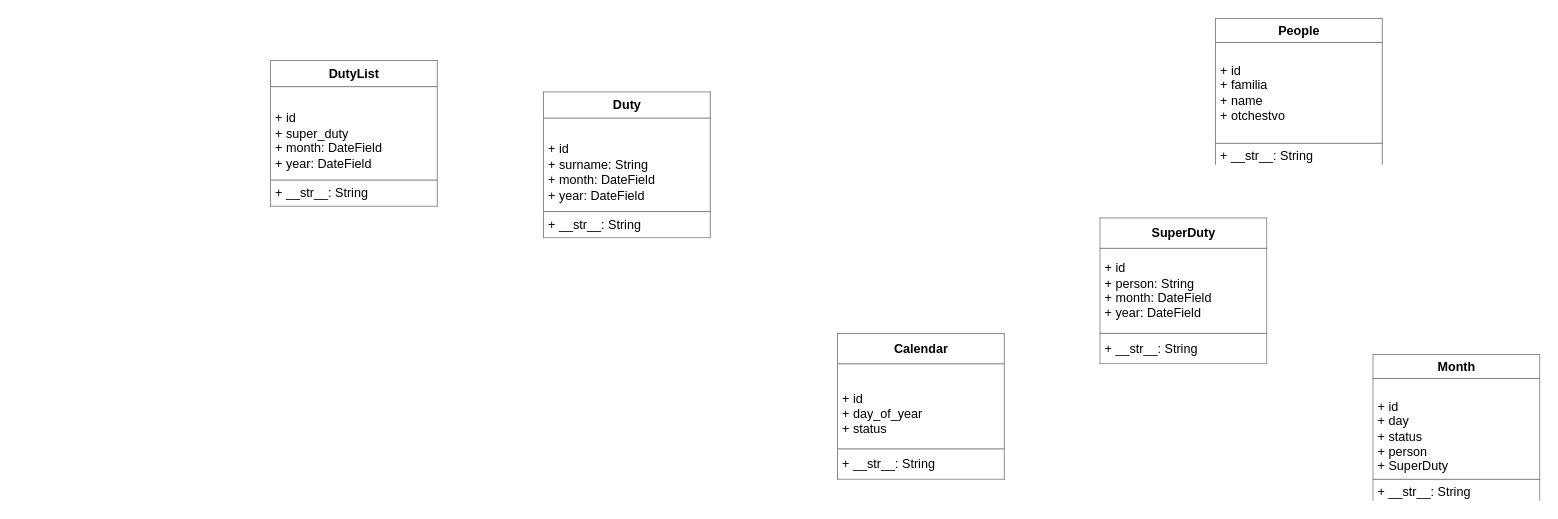
The draw.io diagram raspisanie/raspisanie.drawio in ts-py-rk/raspisanie, before the edit. Source tidied: cells renumbered, new cells numbered last; positions are measured from the earlier drawing's top-left corner, leaving out a move shared by most shapes. Both pictures are drawn from the tidied source at 105%, with x=0, y=0 at pixel (270, 18).
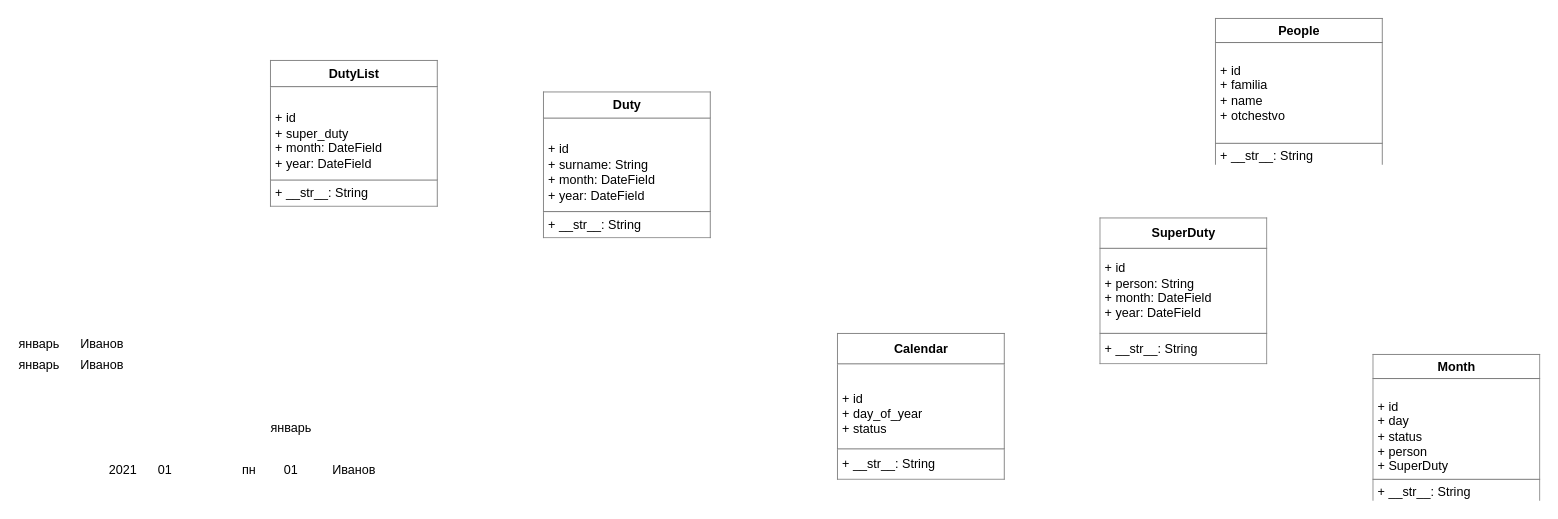
The same diagram, later.

Diff of the diagram source:
```diff
@@
 <mxGraphModel>
   <root>
     <mxCell id="0" />
     <mxCell id="1" parent="0" />
     <mxCell id="2" value="&lt;table border=&quot;1&quot; width=&quot;100%&quot; cellpadding=&quot;4&quot; style=&quot;width: 100% ; height: 100% ; border-collapse: collapse&quot;&gt;&lt;tbody&gt;&lt;tr&gt;&lt;th align=&quot;center&quot;&gt;SuperDuty&lt;/th&gt;&lt;/tr&gt;&lt;tr&gt;&lt;td&gt;+ id&lt;br&gt;+ person: String&lt;br&gt;+ month: DateField&lt;br&gt;+ year: DateField&lt;/td&gt;&lt;/tr&gt;&lt;tr&gt;&lt;td&gt;+ __str__: String&lt;/td&gt;&lt;/tr&gt;&lt;/tbody&gt;&lt;/table&gt;" style="text;html=1;strokeColor=none;fillColor=none;overflow=fill;" parent="1" vertex="1">
       <mxGeometry x="790" y="190" width="160" height="140" as="geometry" />
     </mxCell>
     <mxCell id="3" value="&lt;table border=&quot;1&quot; width=&quot;100%&quot; cellpadding=&quot;4&quot; style=&quot;width: 100% ; height: 100% ; border-collapse: collapse&quot;&gt;&lt;tbody&gt;&lt;tr&gt;&lt;th align=&quot;center&quot;&gt;Duty&lt;/th&gt;&lt;/tr&gt;&lt;tr&gt;&lt;td&gt;&lt;br&gt;+ id&lt;br&gt;+ surname: String&lt;br&gt;+ month: DateField&lt;br&gt;+ year: DateField&lt;/td&gt;&lt;/tr&gt;&lt;tr&gt;&lt;td&gt;+ __str__: String&lt;/td&gt;&lt;/tr&gt;&lt;/tbody&gt;&lt;/table&gt;" style="text;html=1;strokeColor=none;fillColor=none;overflow=fill;" parent="1" vertex="1">
       <mxGeometry x="260" y="70" width="160" height="140" as="geometry" />
     </mxCell>
     <mxCell id="4" value="&lt;table border=&quot;1&quot; width=&quot;100%&quot; cellpadding=&quot;4&quot; style=&quot;width: 100% ; height: 100% ; border-collapse: collapse&quot;&gt;&lt;tbody&gt;&lt;tr&gt;&lt;th align=&quot;center&quot;&gt;DutyList&lt;/th&gt;&lt;/tr&gt;&lt;tr&gt;&lt;td&gt;&lt;br&gt;+ id&lt;br&gt;+ super_duty&lt;br&gt;+ month: DateField&lt;br&gt;+ year: DateField&lt;/td&gt;&lt;/tr&gt;&lt;tr&gt;&lt;td&gt;+ __str__: String&lt;/td&gt;&lt;/tr&gt;&lt;/tbody&gt;&lt;/table&gt;" style="text;html=1;strokeColor=none;fillColor=none;overflow=fill;" parent="1" vertex="1">
       <mxGeometry y="40" width="160" height="140" as="geometry" />
     </mxCell>
     <mxCell id="5" value="&lt;table border=&quot;1&quot; width=&quot;100%&quot; cellpadding=&quot;4&quot; style=&quot;width: 100% ; height: 100% ; border-collapse: collapse&quot;&gt;&lt;tbody&gt;&lt;tr&gt;&lt;th align=&quot;center&quot;&gt;People&lt;/th&gt;&lt;/tr&gt;&lt;tr&gt;&lt;td&gt;&lt;br&gt;+ id&lt;br&gt;+ familia&lt;br&gt;+ name&lt;br&gt;+ otchestvo&lt;br&gt;&lt;br&gt;&lt;/td&gt;&lt;/tr&gt;&lt;tr&gt;&lt;td&gt;+ __str__: String&lt;/td&gt;&lt;/tr&gt;&lt;/tbody&gt;&lt;/table&gt;" style="text;html=1;strokeColor=none;fillColor=none;overflow=fill;" parent="1" vertex="1">
       <mxGeometry x="900" width="160" height="140" as="geometry" />
     </mxCell>
     <mxCell id="6" value="&lt;table border=&quot;1&quot; width=&quot;100%&quot; cellpadding=&quot;4&quot; style=&quot;width: 100% ; height: 100% ; border-collapse: collapse&quot;&gt;&lt;tbody&gt;&lt;tr&gt;&lt;th align=&quot;center&quot;&gt;Calendar&lt;/th&gt;&lt;/tr&gt;&lt;tr&gt;&lt;td&gt;&lt;br&gt;+ id&lt;br&gt;+ day_of_year&lt;br&gt;+ status&lt;/td&gt;&lt;/tr&gt;&lt;tr&gt;&lt;td&gt;+ __str__: String&lt;/td&gt;&lt;/tr&gt;&lt;/tbody&gt;&lt;/table&gt;" style="text;html=1;strokeColor=none;fillColor=none;overflow=fill;" parent="1" vertex="1">
       <mxGeometry x="540" y="300" width="160" height="140" as="geometry" />
     </mxCell>
     <mxCell id="7" value="&lt;table border=&quot;1&quot; width=&quot;100%&quot; cellpadding=&quot;4&quot; style=&quot;width: 100% ; height: 100% ; border-collapse: collapse&quot;&gt;&lt;tbody&gt;&lt;tr&gt;&lt;th align=&quot;center&quot;&gt;Month&lt;/th&gt;&lt;/tr&gt;&lt;tr&gt;&lt;td&gt;&lt;br&gt;+ id&lt;br&gt;+ day&lt;br&gt;+ status&lt;br&gt;+ person&lt;br&gt;+ SuperDuty&lt;/td&gt;&lt;/tr&gt;&lt;tr&gt;&lt;td&gt;+ __str__: String&lt;/td&gt;&lt;/tr&gt;&lt;/tbody&gt;&lt;/table&gt;" style="text;html=1;strokeColor=none;fillColor=none;overflow=fill;" parent="1" vertex="1">
       <mxGeometry x="1050" y="320" width="160" height="140" as="geometry" />
     </mxCell>
+    <mxCell id="8" value="2021" style="text;html=1;strokeColor=none;fillColor=none;align=center;verticalAlign=middle;whiteSpace=wrap;rounded=0;" parent="1" vertex="1">
+      <mxGeometry x="-160" y="420" width="40" height="20" as="geometry" />
+    </mxCell>
+    <mxCell id="9" value="01" style="text;html=1;strokeColor=none;fillColor=none;align=center;verticalAlign=middle;whiteSpace=wrap;rounded=0;" parent="1" vertex="1">
+      <mxGeometry x="-120" y="420" width="40" height="20" as="geometry" />
+    </mxCell>
+    <mxCell id="10" value="пн" style="text;html=1;strokeColor=none;fillColor=none;align=center;verticalAlign=middle;whiteSpace=wrap;rounded=0;" parent="1" vertex="1">
+      <mxGeometry x="-40" y="420" width="40" height="20" as="geometry" />
+    </mxCell>
+    <mxCell id="11" value="01" style="text;html=1;strokeColor=none;fillColor=none;align=center;verticalAlign=middle;whiteSpace=wrap;rounded=0;" parent="1" vertex="1">
+      <mxGeometry y="420" width="40" height="20" as="geometry" />
+    </mxCell>
+    <mxCell id="12" value="Иванов" style="text;html=1;strokeColor=none;fillColor=none;align=center;verticalAlign=middle;whiteSpace=wrap;rounded=0;" parent="1" vertex="1">
+      <mxGeometry x="40" y="420" width="80" height="20" as="geometry" />
+    </mxCell>
+    <mxCell id="13" value="январь" style="text;html=1;strokeColor=none;fillColor=none;align=center;verticalAlign=middle;whiteSpace=wrap;rounded=0;" parent="1" vertex="1">
+      <mxGeometry y="380" width="40" height="20" as="geometry" />
+    </mxCell>
+    <mxCell id="14" value="Иванов" style="text;html=1;strokeColor=none;fillColor=none;align=center;verticalAlign=middle;whiteSpace=wrap;rounded=0;" parent="1" vertex="1">
+      <mxGeometry x="-200" y="300" width="80" height="20" as="geometry" />
+    </mxCell>
+    <mxCell id="15" value="январь" style="text;html=1;strokeColor=none;fillColor=none;align=center;verticalAlign=middle;whiteSpace=wrap;rounded=0;" parent="1" vertex="1">
+      <mxGeometry x="-240" y="300" width="40" height="20" as="geometry" />
+    </mxCell>
+    <mxCell id="16" value="январь" style="text;html=1;strokeColor=none;fillColor=none;align=center;verticalAlign=middle;whiteSpace=wrap;rounded=0;" parent="1" vertex="1">
+      <mxGeometry x="-240" y="320" width="40" height="20" as="geometry" />
+    </mxCell>
+    <mxCell id="17" value="Иванов" style="text;html=1;strokeColor=none;fillColor=none;align=center;verticalAlign=middle;whiteSpace=wrap;rounded=0;" parent="1" vertex="1">
+      <mxGeometry x="-200" y="320" width="80" height="20" as="geometry" />
+    </mxCell>
   </root>
 </mxGraphModel>
```
